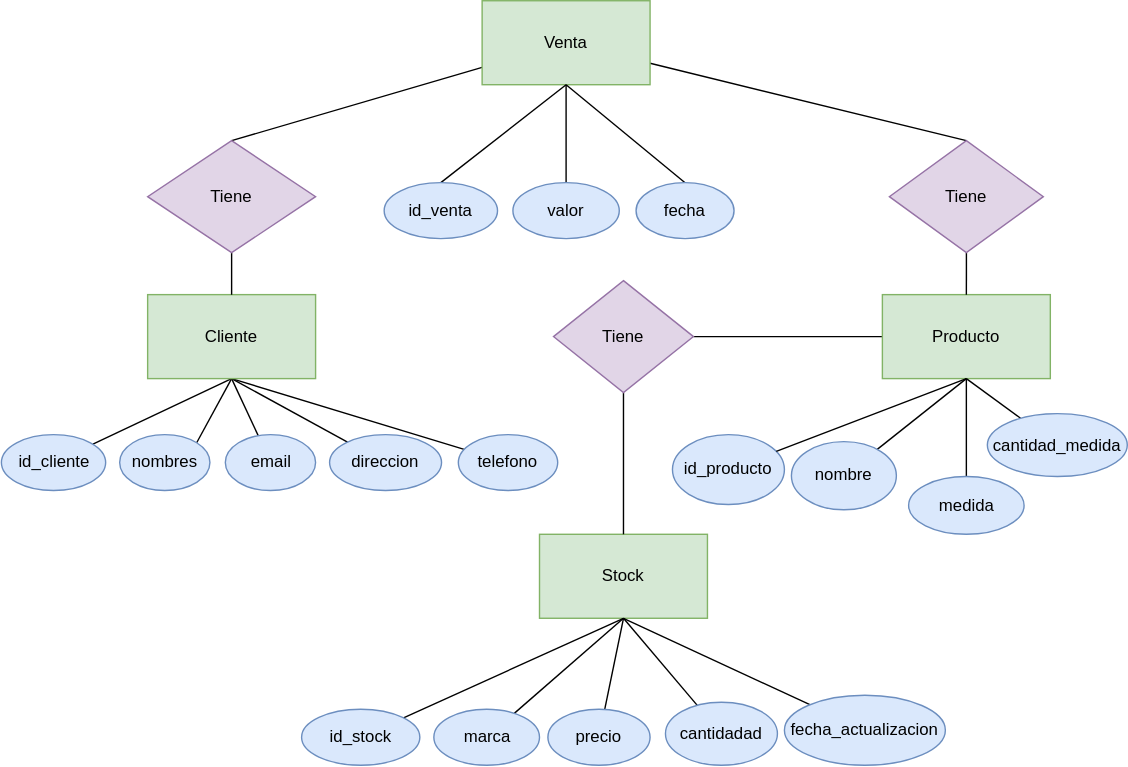
Above: 6. Bases de datos/Muebleria DER.svg in arijalkemy/java-w26 (draw.io), before the change. Source tidied: cells renumbered, new cells last; positions are measured from the earlier drawing's top-left corner, leaving out a move shared by most shapes.
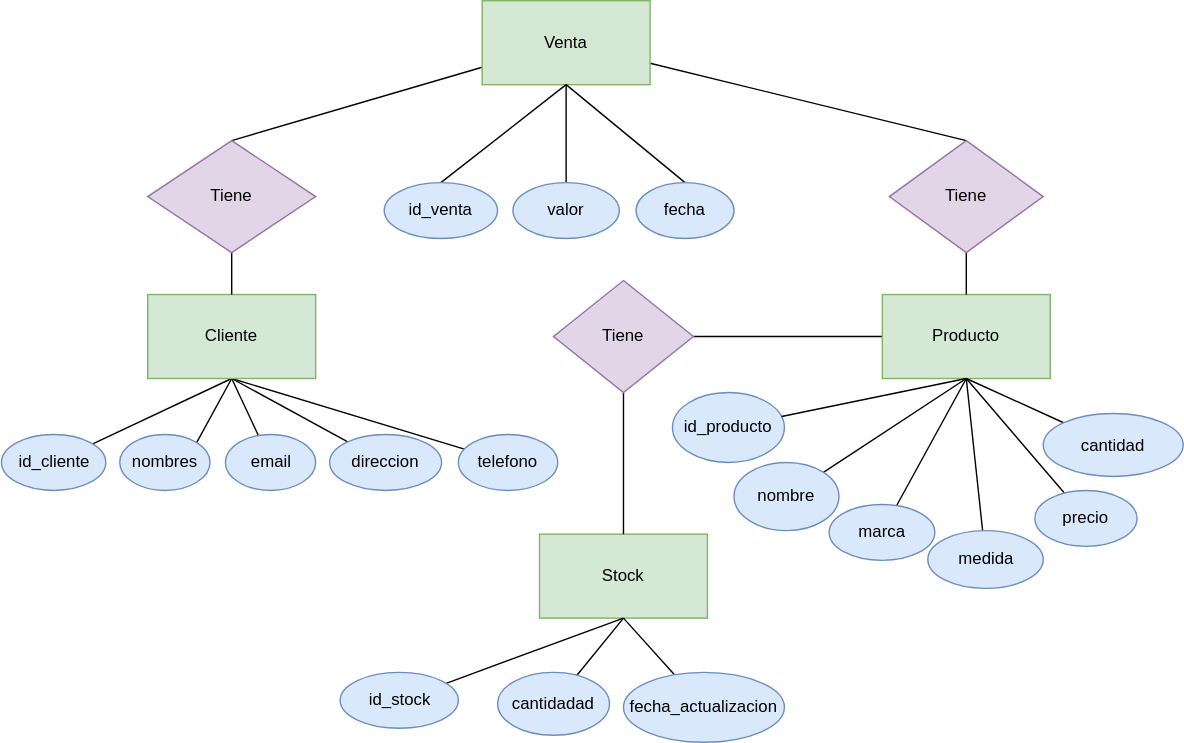
The same file after the commit.

Commit message:
Se arreglo un error en el modelo DER

What changed in the source:
```diff
@@ -92,55 +92,55 @@
       <mxGeometry x="234" y="310" width="80" height="40" as="geometry" />
     </mxCell>
     <mxCell id="29" value="id_producto" style="ellipse;whiteSpace=wrap;html=1;fillColor=#dae8fc;strokeColor=#6c8ebf;" parent="1" vertex="1">
-      <mxGeometry x="479" y="310" width="80" height="50" as="geometry" />
+      <mxGeometry x="479" y="280" width="80" height="50" as="geometry" />
     </mxCell>
     <mxCell id="30" style="rounded=0;jettySize=auto;html=1;endArrow=none;endFill=0;entryX=0.5;entryY=1;entryDx=0;entryDy=0;" parent="1" edge="1" source="31" target="7">
       <mxGeometry relative="1" as="geometry" />
     </mxCell>
     <mxCell id="31" value="nombre" style="ellipse;whiteSpace=wrap;html=1;fillColor=#dae8fc;strokeColor=#6c8ebf;" parent="1" vertex="1">
-      <mxGeometry x="564" y="315" width="75" height="48.8" as="geometry" />
+      <mxGeometry x="523" y="330" width="75" height="48.8" as="geometry" />
     </mxCell>
     <mxCell id="32" style="rounded=0;jettySize=auto;html=1;endArrow=none;endFill=0;entryX=0.5;entryY=1;entryDx=0;entryDy=0;" parent="1" edge="1" source="33" target="7">
       <mxGeometry relative="1" as="geometry" />
     </mxCell>
     <mxCell id="33" value="medida" style="ellipse;whiteSpace=wrap;html=1;fillColor=#dae8fc;strokeColor=#6c8ebf;" parent="1" vertex="1">
-      <mxGeometry x="647.8" y="340" width="82.5" height="41.2" as="geometry" />
+      <mxGeometry x="661.5" y="378.8" width="82.5" height="41.2" as="geometry" />
     </mxCell>
     <mxCell id="34" style="rounded=0;jettySize=auto;html=1;endArrow=none;endFill=0;entryX=0.5;entryY=1;entryDx=0;entryDy=0;" parent="1" edge="1" source="35" target="7">
       <mxGeometry relative="1" as="geometry" />
     </mxCell>
-    <mxCell id="35" value="cantidad_medida" style="ellipse;whiteSpace=wrap;html=1;fillColor=#dae8fc;strokeColor=#6c8ebf;" parent="1" vertex="1">
-      <mxGeometry x="704" y="295" width="100" height="45" as="geometry" />
+    <mxCell id="35" value="cantidad" style="ellipse;whiteSpace=wrap;html=1;fillColor=#dae8fc;strokeColor=#6c8ebf;" parent="1" vertex="1">
+      <mxGeometry x="744" y="295" width="100" height="45" as="geometry" />
     </mxCell>
     <mxCell id="36" style="rounded=0;jettySize=auto;html=1;endArrow=none;endFill=0;entryX=0.5;entryY=1;entryDx=0;entryDy=0;" parent="1" edge="1" source="37" target="5">
       <mxGeometry relative="1" as="geometry" />
     </mxCell>
     <mxCell id="37" value="id_stock" style="ellipse;whiteSpace=wrap;html=1;fillColor=#dae8fc;strokeColor=#6c8ebf;" parent="1" vertex="1">
-      <mxGeometry x="214" y="506.2" width="84.5" height="40" as="geometry" />
+      <mxGeometry x="241.5" y="480" width="84.5" height="40" as="geometry" />
     </mxCell>
-    <mxCell id="38" style="rounded=0;jettySize=auto;html=1;endArrow=none;endFill=0;entryX=0.5;entryY=1;entryDx=0;entryDy=0;" parent="1" edge="1" source="39" target="5">
+    <mxCell id="38" style="rounded=0;jettySize=auto;html=1;endArrow=none;endFill=0;entryX=0.5;entryY=1;entryDx=0;entryDy=0;" parent="1" edge="1" source="39" target="7">
       <mxGeometry relative="1" as="geometry" />
     </mxCell>
     <mxCell id="39" value="marca" style="ellipse;whiteSpace=wrap;html=1;fillColor=#dae8fc;strokeColor=#6c8ebf;" parent="1" vertex="1">
-      <mxGeometry x="308.5" y="506.2" width="75.5" height="40" as="geometry" />
+      <mxGeometry x="591" y="360" width="75.5" height="40" as="geometry" />
     </mxCell>
-    <mxCell id="40" style="rounded=0;jettySize=auto;html=1;endArrow=none;endFill=0;entryX=0.5;entryY=1;entryDx=0;entryDy=0;" parent="1" edge="1" source="41" target="5">
+    <mxCell id="40" style="rounded=0;jettySize=auto;html=1;endArrow=none;endFill=0;entryX=0.5;entryY=1;entryDx=0;entryDy=0;" parent="1" edge="1" source="41" target="7">
       <mxGeometry relative="1" as="geometry" />
     </mxCell>
     <mxCell id="41" value="precio" style="ellipse;whiteSpace=wrap;html=1;fillColor=#dae8fc;strokeColor=#6c8ebf;" parent="1" vertex="1">
-      <mxGeometry x="390" y="506.2" width="73" height="40" as="geometry" />
+      <mxGeometry x="738" y="350" width="73" height="40" as="geometry" />
     </mxCell>
     <mxCell id="42" style="rounded=0;jettySize=auto;html=1;endArrow=none;endFill=0;entryX=0.5;entryY=1;entryDx=0;entryDy=0;" parent="1" edge="1" source="43" target="5">
       <mxGeometry relative="1" as="geometry" />
     </mxCell>
     <mxCell id="43" value="cantidadad" style="ellipse;whiteSpace=wrap;html=1;fillColor=#dae8fc;strokeColor=#6c8ebf;" parent="1" vertex="1">
-      <mxGeometry x="474" y="501.2" width="80" height="45" as="geometry" />
+      <mxGeometry x="354" y="480" width="80" height="45" as="geometry" />
     </mxCell>
     <mxCell id="44" style="rounded=0;jettySize=auto;html=1;endArrow=none;endFill=0;entryX=0.5;entryY=1;entryDx=0;entryDy=0;" parent="1" edge="1" source="45" target="5">
       <mxGeometry relative="1" as="geometry" />
     </mxCell>
     <mxCell id="45" value="fecha_actualizacion" style="ellipse;whiteSpace=wrap;html=1;fillColor=#dae8fc;strokeColor=#6c8ebf;" parent="1" vertex="1">
-      <mxGeometry x="559" y="496.2" width="115" height="50" as="geometry" />
+      <mxGeometry x="444" y="480" width="115" height="50" as="geometry" />
     </mxCell>
     <mxCell id="46" style="rounded=0;jettySize=auto;html=1;entryX=0.5;entryY=1;entryDx=0;entryDy=0;endArrow=none;endFill=0;" parent="1" edge="1" source="29" target="7">
       <mxGeometry relative="1" as="geometry" />
```
